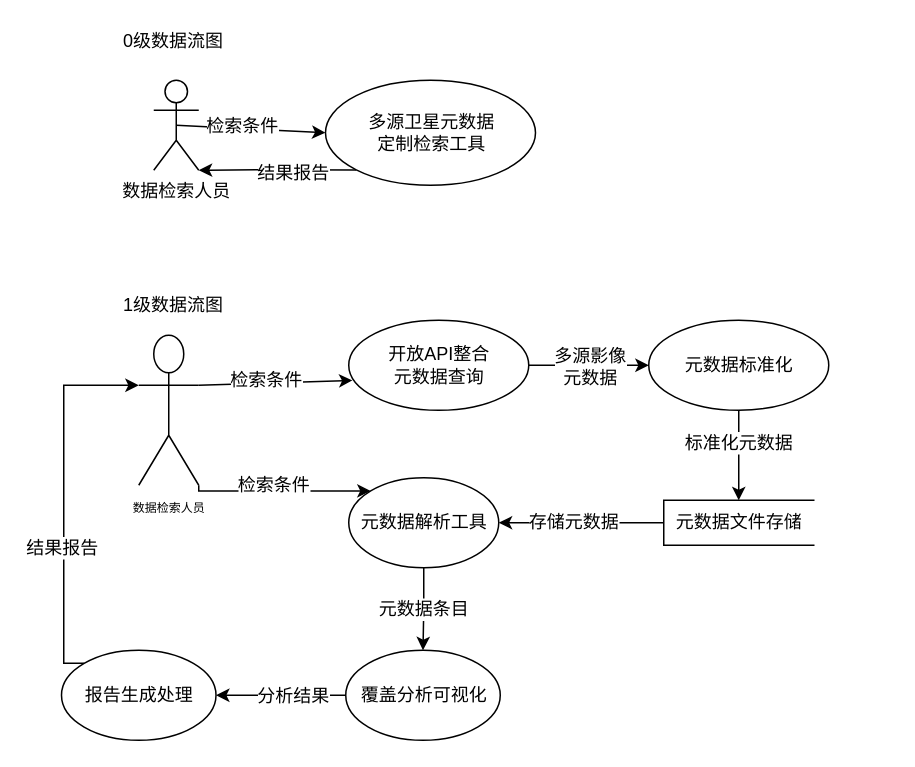
This is page 6 of 6 of 影像查询和融合系统.drawio from dorbodwolf/graphs_from_draw.io, a draw.io file, before an edit. Source tidied: cells renumbered, new cells numbered last; positions are measured from the earlier drawing's top-left corner, leaving out a move shared by most shapes. Both pictures are drawn from the tidied source at 150%, with x=0, y=0 at pixel (60, 26).
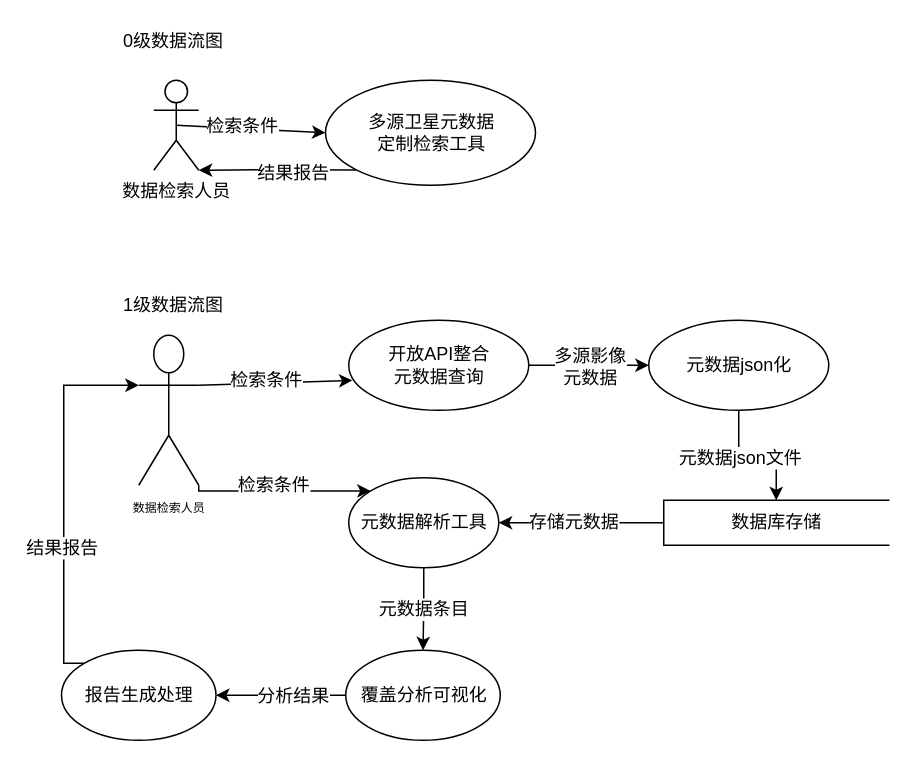
After the change.

Commit message:
Update 影像查询和融合系统.drawio

Unchanged cells that the change refers to:
```xml
<mxCell id="21" style="edgeStyle=orthogonalEdgeStyle;rounded=0;jettySize=auto;html=1;" parent="1" edge="1" source="23" target="4">
  <mxGeometry relative="1" as="geometry" />
</mxCell>
```

Diff of the diagram source:
```diff
@@
-    <mxCell id="4" value="元数据文件存储&lt;br&gt;" style="html=1;dashed=0;whitespace=wrap;shape=partialRectangle;right=0;fillColor=none;" parent="1" vertex="1">
-      <mxGeometry x="402" y="316" width="100" height="30" as="geometry" />
+    <mxCell id="4" value="数据库存储" style="html=1;dashed=0;whitespace=wrap;shape=partialRectangle;right=0;fillColor=none;" parent="1" vertex="1">
+      <mxGeometry x="402" y="316" width="150" height="30" as="geometry" />
     </mxCell>
@@
-    <mxCell id="22" value="标准化元数据" style="text;html=1;align=center;verticalAlign=middle;labelBackgroundColor=#ffffff;" parent="21" vertex="1">
+    <mxCell id="22" value="元数据json文件" style="text;html=1;align=center;verticalAlign=middle;labelBackgroundColor=#ffffff;" parent="21" vertex="1">
       <mxGeometry x="-0.29" y="-1" relative="1" as="geometry" />
     </mxCell>
-    <mxCell id="23" value="元数据标准化" style="shape=ellipse;html=1;dashed=0;whitespace=wrap;perimeter=ellipsePerimeter;" parent="1" vertex="1">
+    <mxCell id="23" value="元数据json化" style="shape=ellipse;html=1;dashed=0;whitespace=wrap;perimeter=ellipsePerimeter;" parent="1" vertex="1">
       <mxGeometry x="392" y="196" width="120" height="60" as="geometry" />
     </mxCell>
```
